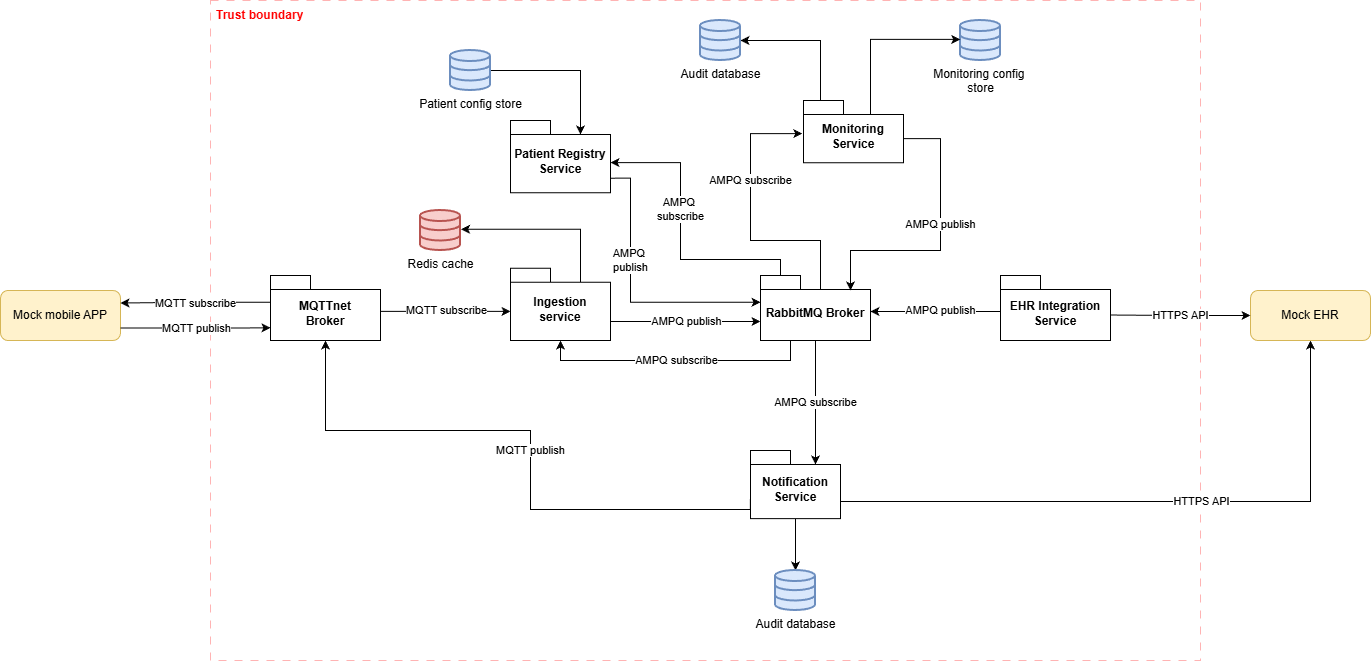
AlbertPerezB/CagHome keeps this draw.io diagram as docs/CC view.drawio.png. Above is the earlier version. Source tidied: cells renumbered, new cells last; positions are measured from the earlier drawing's top-left corner, leaving out a move shared by most shapes.
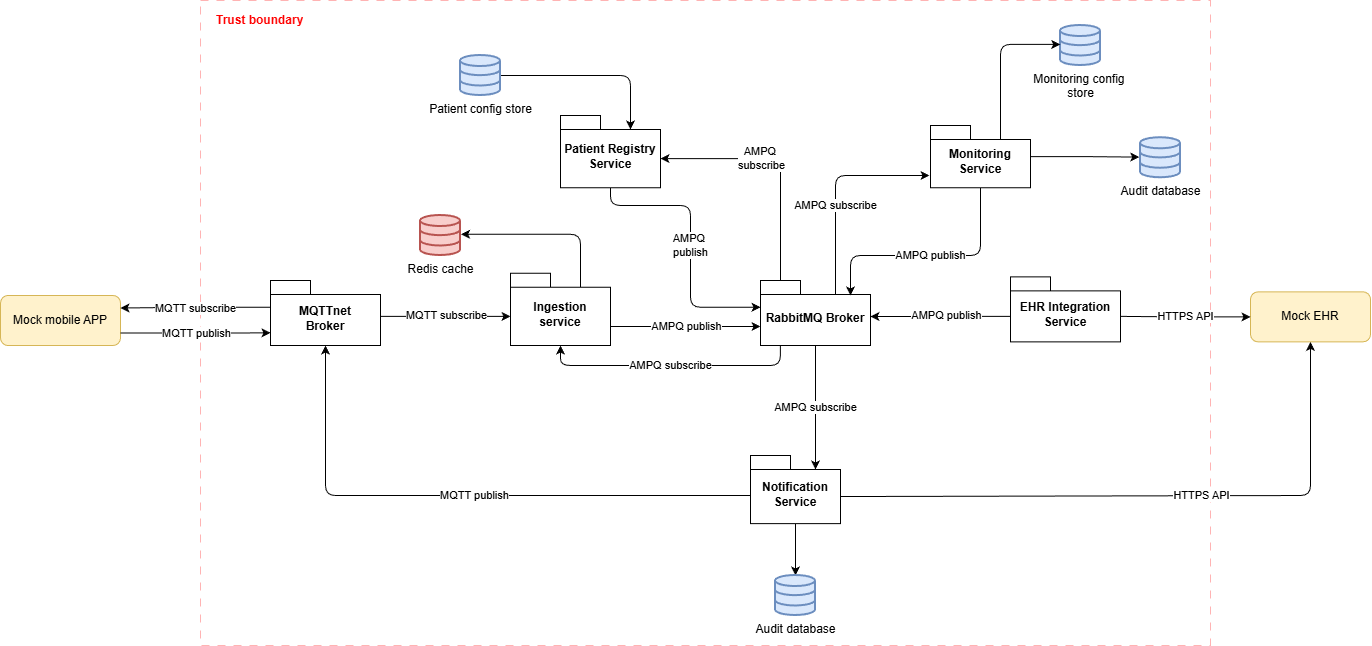
The same diagram one commit later.

Diff of the diagram source:
```diff
@@ -3,16 +3,16 @@
     <mxCell id="0" />
     <mxCell id="1" parent="0" />
     <mxCell id="2" style="rounded=0;whiteSpace=wrap;html=1;fillColor=none;strokeColor=#FF0000;shadow=0;glass=0;opacity=30;dashed=1;dashPattern=8 8;" parent="1" vertex="1">
-      <mxGeometry x="210" width="990" height="660" as="geometry" />
+      <mxGeometry x="200" y="-5" width="1010" height="645" as="geometry" />
     </mxCell>
     <mxCell id="3" value="Ingestion service" style="shape=folder;fontStyle=1;spacingTop=10;tabWidth=40;tabHeight=14;tabPosition=left;html=1;whiteSpace=wrap;" parent="1" vertex="1">
       <mxGeometry x="510" y="267.8" width="100" height="72.2" as="geometry" />
     </mxCell>
-    <mxCell id="4" value="HTTPS API" style="edgeStyle=orthogonalEdgeStyle;rounded=0;jettySize=auto;html=1;entryX=0.5;entryY=1;entryDx=0;entryDy=0;exitX=0;exitY=0;exitDx=90;exitDy=41.035;exitPerimeter=0;" parent="1" edge="1" source="6" target="16">
+    <mxCell id="4" value="HTTPS API" style="edgeStyle=orthogonalEdgeStyle;rounded=1;jettySize=auto;html=1;entryX=0.5;entryY=1;entryDx=0;entryDy=0;exitX=0;exitY=0;exitDx=90;exitDy=41.035;exitPerimeter=0;curved=0;" parent="1" edge="1" source="6" target="16">
       <mxGeometry x="0.16" relative="1" as="geometry">
         <Array as="points">
-          <mxPoint x="840" y="501" />
-          <mxPoint x="1310" y="501" />
+          <mxPoint x="840" y="490" />
+          <mxPoint x="1310" y="490" />
         </Array>
       </mxGeometry>
     </mxCell>
@@ -25,7 +25,7 @@
     <mxCell id="7" value="RabbitMQ Broker" style="shape=folder;fontStyle=1;spacingTop=10;tabWidth=40;tabHeight=14;tabPosition=left;html=1;whiteSpace=wrap;" parent="1" vertex="1">
       <mxGeometry x="760" y="275" width="110" height="65" as="geometry" />
     </mxCell>
-    <mxCell id="8" value="&lt;span style=&quot;color: rgb(0, 0, 0); font-family: Helvetica; font-size: 11px; font-style: normal; font-variant-ligatures: normal; font-variant-caps: normal; font-weight: 400; letter-spacing: normal; orphans: 2; text-align: center; text-indent: 0px; text-transform: none; widows: 2; word-spacing: 0px; -webkit-text-stroke-width: 0px; white-space: nowrap; background-color: rgb(255, 255, 255); text-decoration-thickness: initial; text-decoration-style: initial; text-decoration-color: initial; display: inline !important; float: none;&quot;&gt;AMPQ publish&lt;/span&gt;" style="edgeStyle=orthogonalEdgeStyle;rounded=0;orthogonalLoop=1;jettySize=auto;html=1;" parent="1" edge="1">
+    <mxCell id="8" value="&lt;span style=&quot;color: rgb(0, 0, 0); font-family: Helvetica; font-size: 11px; font-style: normal; font-variant-ligatures: normal; font-variant-caps: normal; font-weight: 400; letter-spacing: normal; orphans: 2; text-align: center; text-indent: 0px; text-transform: none; widows: 2; word-spacing: 0px; -webkit-text-stroke-width: 0px; white-space: nowrap; background-color: rgb(255, 255, 255); text-decoration-thickness: initial; text-decoration-style: initial; text-decoration-color: initial; display: inline !important; float: none;&quot;&gt;AMPQ publish&lt;/span&gt;" style="edgeStyle=orthogonalEdgeStyle;rounded=1;orthogonalLoop=1;jettySize=auto;html=1;curved=0;" parent="1" edge="1">
       <mxGeometry x="0.01" relative="1" as="geometry">
         <mxPoint x="610" y="321" as="sourcePoint" />
         <mxPoint x="760" y="321" as="targetPoint" />
@@ -34,39 +34,29 @@
         </Array>
       </mxGeometry>
     </mxCell>
-    <mxCell id="9" style="edgeStyle=orthogonalEdgeStyle;rounded=0;jettySize=auto;html=1;exitX=1;exitY=0.5;exitDx=0;exitDy=0;exitPerimeter=0;entryX=0;entryY=0;entryDx=70;entryDy=14;entryPerimeter=0;" parent="1" edge="1" source="10" target="24">
+    <mxCell id="9" style="edgeStyle=orthogonalEdgeStyle;rounded=1;jettySize=auto;html=1;exitX=1;exitY=0.5;exitDx=0;exitDy=0;exitPerimeter=0;entryX=0;entryY=0;entryDx=70;entryDy=14;entryPerimeter=0;curved=0;" parent="1" edge="1" source="10" target="24">
       <mxGeometry x="-0.27" y="2" relative="1" as="geometry" />
     </mxCell>
     <mxCell id="10" value="Patient config store" style="html=1;verticalLabelPosition=bottom;align=center;labelBackgroundColor=#ffffff;verticalAlign=top;strokeWidth=2;strokeColor=#6c8ebf;shadow=0;dashed=0;shape=mxgraph.ios7.icons.data;fillColor=#dae8fc;" parent="1" vertex="1">
-      <mxGeometry x="450" y="50" width="40" height="40" as="geometry" />
+      <mxGeometry x="460" y="50" width="40" height="40" as="geometry" />
     </mxCell>
-    <mxCell id="11" style="edgeStyle=orthogonalEdgeStyle;rounded=0;jettySize=auto;html=1;" parent="1" edge="1" source="12" target="36">
-      <mxGeometry relative="1" as="geometry">
-        <Array as="points">
-          <mxPoint x="820" y="40" />
-        </Array>
-      </mxGeometry>
-    </mxCell>
     <mxCell id="12" value="Monitoring Service" style="shape=folder;fontStyle=1;spacingTop=10;tabWidth=40;tabHeight=14;tabPosition=left;html=1;whiteSpace=wrap;" parent="1" vertex="1">
-      <mxGeometry x="803" y="100" width="100" height="62.2" as="geometry" />
+      <mxGeometry x="930" y="120" width="100" height="62.2" as="geometry" />
     </mxCell>
-    <mxCell id="13" value="AMPQ publish" style="edgeStyle=orthogonalEdgeStyle;rounded=0;jettySize=auto;html=1;exitX=0;exitY=0;exitDx=100;exitDy=38.125;exitPerimeter=0;" parent="1" edge="1" source="12">
-      <mxGeometry x="-0.11" relative="1" as="geometry">
+    <mxCell id="13" value="AMPQ publish" style="edgeStyle=orthogonalEdgeStyle;rounded=1;jettySize=auto;html=1;exitX=0.5;exitY=1;exitDx=0;exitDy=0;exitPerimeter=0;curved=0;" parent="1" edge="1" source="12">
+      <mxGeometry x="-0.01" relative="1" as="geometry">
         <mxPoint x="850" y="290" as="targetPoint" />
         <Array as="points">
-          <mxPoint x="940" y="138" />
-          <mxPoint x="940" y="250" />
+          <mxPoint x="980" y="250" />
           <mxPoint x="850" y="250" />
         </Array>
       </mxGeometry>
     </mxCell>
-    <mxCell id="14" value="MQTT publish" style="edgeStyle=orthogonalEdgeStyle;rounded=0;jettySize=auto;html=1;exitX=-0.001;exitY=0.713;exitDx=0;exitDy=0;exitPerimeter=0;entryX=0.5;entryY=1;entryDx=0;entryDy=0;entryPerimeter=0;" parent="1" edge="1" source="6" target="27">
+    <mxCell id="14" value="MQTT publish" style="edgeStyle=orthogonalEdgeStyle;rounded=1;jettySize=auto;html=1;entryX=0.5;entryY=1;entryDx=0;entryDy=0;entryPerimeter=0;curved=0;" parent="1" edge="1" target="27">
       <mxGeometry x="-0.04" relative="1" as="geometry">
+        <mxPoint x="750" y="490" as="sourcePoint" />
         <Array as="points">
-          <mxPoint x="750" y="509" />
-          <mxPoint x="530" y="509" />
-          <mxPoint x="530" y="430" />
-          <mxPoint x="325" y="430" />
+          <mxPoint x="325" y="490" />
         </Array>
       </mxGeometry>
     </mxCell>
@@ -74,22 +64,21 @@
       <mxGeometry y="290" width="120" height="50" as="geometry" />
     </mxCell>
     <mxCell id="16" value="Mock EHR" style="rounded=1;whiteSpace=wrap;html=1;fillColor=#fff2cc;strokeColor=#d6b656;" parent="1" vertex="1">
-      <mxGeometry x="1250" y="290" width="120" height="50" as="geometry" />
+      <mxGeometry x="1250" y="286.4" width="120" height="50" as="geometry" />
     </mxCell>
-    <mxCell id="17" value="MQTT publish" style="edgeStyle=orthogonalEdgeStyle;rounded=0;jettySize=auto;html=1;entryX=0;entryY=0;entryDx=0;entryDy=52.25;entryPerimeter=0;exitX=1;exitY=0.75;exitDx=0;exitDy=0;" parent="1" edge="1" source="15" target="27">
+    <mxCell id="17" value="MQTT publish" style="edgeStyle=orthogonalEdgeStyle;rounded=1;jettySize=auto;html=1;entryX=0;entryY=0;entryDx=0;entryDy=52.25;entryPerimeter=0;exitX=1;exitY=0.75;exitDx=0;exitDy=0;curved=0;" parent="1" edge="1" source="15" target="27">
       <mxGeometry relative="1" as="geometry">
         <Array as="points">
           <mxPoint x="235" y="328" />
         </Array>
       </mxGeometry>
     </mxCell>
-    <mxCell id="18" value="AMPQ subscribe" style="edgeStyle=orthogonalEdgeStyle;rounded=0;jettySize=auto;html=1;entryX=-0.012;entryY=0.532;entryDx=0;entryDy=0;entryPerimeter=0;" parent="1" edge="1" target="12">
-      <mxGeometry x="0.29" relative="1" as="geometry">
-        <mxPoint x="820" y="289" as="sourcePoint" />
+    <mxCell id="18" value="AMPQ subscribe" style="edgeStyle=orthogonalEdgeStyle;rounded=1;jettySize=auto;html=1;exitX=0;exitY=0;exitDx=75;exitDy=14;exitPerimeter=0;curved=0;" parent="1" edge="1" source="7">
+      <mxGeometry x="-0.17" relative="1" as="geometry">
+        <mxPoint x="930" y="170" as="targetPoint" />
         <Array as="points">
-          <mxPoint x="820" y="240" />
-          <mxPoint x="750" y="240" />
-          <mxPoint x="750" y="133" />
+          <mxPoint x="835" y="170" />
+          <mxPoint x="929" y="170" />
         </Array>
       </mxGeometry>
     </mxCell>
@@ -97,18 +86,16 @@
       <mxGeometry x="775" y="570" width="40" height="40" as="geometry" />
     </mxCell>
     <mxCell id="20" value="EHR Integration Service" style="shape=folder;fontStyle=1;spacingTop=10;tabWidth=40;tabHeight=14;tabPosition=left;html=1;whiteSpace=wrap;" parent="1" vertex="1">
-      <mxGeometry x="1000" y="275" width="110" height="65" as="geometry" />
+      <mxGeometry x="1010" y="271.4" width="110" height="65" as="geometry" />
     </mxCell>
-    <mxCell id="21" value="HTTPS API" style="edgeStyle=orthogonalEdgeStyle;rounded=0;jettySize=auto;html=1;entryX=0;entryY=0;entryDx=110;entryDy=39.5;entryPerimeter=0;exitX=0;exitY=0.5;exitDx=0;exitDy=0;startArrow=classic;startFill=1;endArrow=none;endFill=0;" parent="1" edge="1" source="16" target="20">
+    <mxCell id="21" value="HTTPS API" style="edgeStyle=orthogonalEdgeStyle;rounded=1;jettySize=auto;html=1;entryX=0;entryY=0;entryDx=110;entryDy=39.5;entryPerimeter=0;exitX=0;exitY=0.5;exitDx=0;exitDy=0;startArrow=classic;startFill=1;endArrow=none;endFill=0;curved=0;" parent="1" edge="1" source="16" target="20">
       <mxGeometry relative="1" as="geometry" />
     </mxCell>
-    <mxCell id="22" value="AMPQ publish" style="edgeStyle=orthogonalEdgeStyle;rounded=0;orthogonalLoop=1;jettySize=auto;html=1;" parent="1" edge="1">
+    <mxCell id="22" value="AMPQ publish" style="edgeStyle=orthogonalEdgeStyle;rounded=1;jettySize=auto;html=1;exitX=0;exitY=0;exitDx=0;exitDy=39.5;exitPerimeter=0;curved=0;" parent="1" edge="1" source="20">
       <mxGeometry x="-0.08" y="-1" relative="1" as="geometry">
-        <mxPoint x="1000" y="311" as="sourcePoint" />
         <mxPoint x="870" y="311" as="targetPoint" />
         <Array as="points">
-          <mxPoint x="940" y="311" />
-          <mxPoint x="940" y="311" />
+          <mxPoint x="1010" y="311" />
         </Array>
       </mxGeometry>
     </mxCell>
@@ -116,58 +103,50 @@
       <mxGeometry x="210" width="120" height="30" as="geometry" />
     </mxCell>
     <mxCell id="24" value="Patient Registry Service" style="shape=folder;fontStyle=1;spacingTop=10;tabWidth=40;tabHeight=14;tabPosition=left;html=1;whiteSpace=wrap;" parent="1" vertex="1">
-      <mxGeometry x="510" y="120" width="100" height="72.2" as="geometry" />
+      <mxGeometry x="560" y="110" width="100" height="72.2" as="geometry" />
     </mxCell>
-    <mxCell id="25" value="AMPQ&amp;nbsp;&lt;div&gt;subscribe&lt;/div&gt;" style="edgeStyle=orthogonalEdgeStyle;rounded=0;jettySize=auto;html=1;entryX=0;entryY=0;entryDx=100;entryDy=43.125;entryPerimeter=0;exitX=0;exitY=0;exitDx=20;exitDy=0;exitPerimeter=0;" parent="1" edge="1" source="7">
-      <mxGeometry x="0.17" relative="1" as="geometry">
-        <mxPoint x="610" y="162.1" as="targetPoint" />
-        <Array as="points">
-          <mxPoint x="780" y="259" />
-          <mxPoint x="680" y="259" />
-          <mxPoint x="680" y="162" />
-        </Array>
-      </mxGeometry>
+    <mxCell id="25" value="AMPQ&amp;nbsp;&lt;div&gt;subscribe&lt;/div&gt;" style="edgeStyle=orthogonalEdgeStyle;rounded=1;jettySize=auto;html=1;exitX=0;exitY=0;exitDx=20;exitDy=0;exitPerimeter=0;entryX=0;entryY=0;entryDx=100;entryDy=43.125;entryPerimeter=0;curved=0;" parent="1" edge="1" source="7" target="24">
+      <mxGeometry x="0.17" relative="1" as="geometry" />
     </mxCell>
-    <mxCell id="26" value="MQTT subscribe" style="edgeStyle=orthogonalEdgeStyle;rounded=0;jettySize=auto;html=1;entryX=1;entryY=0.25;entryDx=0;entryDy=0;exitX=0;exitY=0;exitDx=0;exitDy=26.75;exitPerimeter=0;" parent="1" edge="1" source="27" target="15">
+    <mxCell id="26" value="MQTT subscribe" style="edgeStyle=orthogonalEdgeStyle;rounded=1;jettySize=auto;html=1;entryX=1;entryY=0.25;entryDx=0;entryDy=0;exitX=0;exitY=0;exitDx=0;exitDy=26.75;exitPerimeter=0;curved=0;" parent="1" edge="1" source="27" target="15">
       <mxGeometry relative="1" as="geometry" />
     </mxCell>
     <mxCell id="27" value="MQTTnet&lt;div&gt;Broker&lt;/div&gt;" style="shape=folder;fontStyle=1;spacingTop=10;tabWidth=40;tabHeight=14;tabPosition=left;html=1;whiteSpace=wrap;" parent="1" vertex="1">
       <mxGeometry x="270" y="275" width="110" height="65" as="geometry" />
     </mxCell>
-    <mxCell id="28" value="MQTT subscribe" style="edgeStyle=orthogonalEdgeStyle;rounded=0;jettySize=auto;html=1;entryX=0;entryY=0;entryDx=0;entryDy=43.125;entryPerimeter=0;" parent="1" edge="1" source="27" target="3">
+    <mxCell id="28" value="MQTT subscribe" style="edgeStyle=orthogonalEdgeStyle;rounded=1;jettySize=auto;html=1;entryX=0;entryY=0;entryDx=0;entryDy=43.125;entryPerimeter=0;curved=0;" parent="1" edge="1" source="27" target="3">
       <mxGeometry y="1" relative="1" as="geometry">
         <Array as="points">
           <mxPoint x="455" y="310" />
         </Array>
       </mxGeometry>
     </mxCell>
-    <mxCell id="29" value="AMPQ subscribe" style="edgeStyle=orthogonalEdgeStyle;rounded=0;jettySize=auto;html=1;entryX=0;entryY=0;entryDx=65;entryDy=14;entryPerimeter=0;" parent="1" edge="1" source="7" target="6">
+    <mxCell id="29" value="AMPQ subscribe" style="edgeStyle=orthogonalEdgeStyle;rounded=1;jettySize=auto;html=1;entryX=0;entryY=0;entryDx=65;entryDy=14;entryPerimeter=0;curved=0;" parent="1" edge="1" source="7" target="6">
       <mxGeometry relative="1" as="geometry" />
     </mxCell>
     <mxCell id="30" value="Monitoring config&amp;nbsp;&lt;div&gt;store&lt;/div&gt;" style="html=1;verticalLabelPosition=bottom;align=center;labelBackgroundColor=#ffffff;verticalAlign=top;strokeWidth=2;strokeColor=#6c8ebf;shadow=0;dashed=0;shape=mxgraph.ios7.icons.data;fillColor=#dae8fc;" parent="1" vertex="1">
-      <mxGeometry x="960" y="20" width="40" height="40" as="geometry" />
+      <mxGeometry x="1060" y="20" width="40" height="40" as="geometry" />
     </mxCell>
-    <mxCell id="31" style="edgeStyle=orthogonalEdgeStyle;rounded=0;jettySize=auto;html=1;entryX=-0.005;entryY=0.473;entryDx=0;entryDy=0;entryPerimeter=0;exitX=0;exitY=0;exitDx=70;exitDy=14;exitPerimeter=0;" parent="1" edge="1" source="12" target="30">
+    <mxCell id="31" style="edgeStyle=orthogonalEdgeStyle;rounded=1;jettySize=auto;html=1;entryX=-0.005;entryY=0.473;entryDx=0;entryDy=0;entryPerimeter=0;exitX=0;exitY=0;exitDx=70;exitDy=14;exitPerimeter=0;curved=0;" parent="1" edge="1" source="12" target="30">
       <mxGeometry relative="1" as="geometry">
         <Array as="points">
-          <mxPoint x="870" y="114" />
-          <mxPoint x="870" y="39" />
+          <mxPoint x="1000" y="39" />
         </Array>
       </mxGeometry>
     </mxCell>
-    <mxCell id="32" value="AMPQ&amp;nbsp;&lt;div&gt;publish&lt;/div&gt;" style="edgeStyle=orthogonalEdgeStyle;rounded=0;jettySize=auto;html=1;entryX=0;entryY=0;entryDx=0;entryDy=26.75;entryPerimeter=0;exitX=0;exitY=0;exitDx=100;exitDy=57.6875;exitPerimeter=0;" parent="1" edge="1" source="24" target="7">
-      <mxGeometry x="-0.25" relative="1" as="geometry">
+    <mxCell id="32" value="AMPQ&amp;nbsp;&lt;div&gt;publish&lt;/div&gt;" style="edgeStyle=orthogonalEdgeStyle;rounded=1;jettySize=auto;html=1;entryX=0;entryY=0;entryDx=0;entryDy=26.75;entryPerimeter=0;exitX=0.5;exitY=1;exitDx=0;exitDy=0;exitPerimeter=0;curved=0;" parent="1" edge="1" source="24" target="7">
+      <mxGeometry x="0.02" relative="1" as="geometry">
         <Array as="points">
-          <mxPoint x="630" y="178" />
-          <mxPoint x="630" y="302" />
+          <mxPoint x="610" y="200" />
+          <mxPoint x="690" y="200" />
+          <mxPoint x="690" y="302" />
         </Array>
       </mxGeometry>
     </mxCell>
-    <mxCell id="33" value="AMPQ subscribe" style="edgeStyle=orthogonalEdgeStyle;rounded=0;jettySize=auto;html=1;entryX=0.5;entryY=1;entryDx=0;entryDy=0;entryPerimeter=0;exitX=0.25;exitY=1;exitDx=0;exitDy=0;exitPerimeter=0;" parent="1" edge="1" source="7" target="3">
+    <mxCell id="33" value="AMPQ subscribe" style="edgeStyle=orthogonalEdgeStyle;rounded=1;jettySize=auto;html=1;entryX=0.5;entryY=1;entryDx=0;entryDy=0;entryPerimeter=0;exitX=0.181;exitY=1.003;exitDx=0;exitDy=0;exitPerimeter=0;curved=0;" parent="1" edge="1" source="7" target="3">
       <mxGeometry relative="1" as="geometry">
         <Array as="points">
-          <mxPoint x="790" y="340" />
-          <mxPoint x="790" y="360" />
+          <mxPoint x="780" y="360" />
           <mxPoint x="560" y="360" />
         </Array>
       </mxGeometry>
@@ -175,7 +154,7 @@
     <mxCell id="34" value="Redis cache" style="html=1;verticalLabelPosition=bottom;align=center;labelBackgroundColor=#ffffff;verticalAlign=top;strokeWidth=2;strokeColor=#b85450;shadow=0;dashed=0;shape=mxgraph.ios7.icons.data;fillColor=#f8cecc;" parent="1" vertex="1">
       <mxGeometry x="420" y="210" width="40" height="40" as="geometry" />
     </mxCell>
-    <mxCell id="35" style="edgeStyle=orthogonalEdgeStyle;rounded=0;jettySize=auto;html=1;entryX=1.015;entryY=0.469;entryDx=0;entryDy=0;entryPerimeter=0;exitX=0;exitY=0;exitDx=70;exitDy=14;exitPerimeter=0;" parent="1" edge="1" source="3" target="34">
+    <mxCell id="35" style="edgeStyle=orthogonalEdgeStyle;rounded=1;jettySize=auto;html=1;entryX=1.015;entryY=0.469;entryDx=0;entryDy=0;entryPerimeter=0;exitX=0;exitY=0;exitDx=70;exitDy=14;exitPerimeter=0;curved=0;" parent="1" edge="1" source="3" target="34">
       <mxGeometry relative="1" as="geometry">
         <Array as="points">
           <mxPoint x="580" y="229" />
@@ -183,7 +162,10 @@
       </mxGeometry>
     </mxCell>
     <mxCell id="36" value="Audit database" style="html=1;verticalLabelPosition=bottom;align=center;labelBackgroundColor=#ffffff;verticalAlign=top;strokeWidth=2;strokeColor=#6c8ebf;shadow=0;dashed=0;shape=mxgraph.ios7.icons.data;fillColor=#dae8fc;" parent="1" vertex="1">
-      <mxGeometry x="700" y="20" width="40" height="40" as="geometry" />
+      <mxGeometry x="1140" y="132.2" width="40" height="40" as="geometry" />
     </mxCell>
+    <mxCell id="11" style="edgeStyle=orthogonalEdgeStyle;rounded=1;jettySize=auto;html=1;entryX=-0.031;entryY=0.484;entryDx=0;entryDy=0;entryPerimeter=0;curved=0;" parent="1" edge="1" source="12" target="36">
+      <mxGeometry relative="1" as="geometry" />
+    </mxCell>
   </root>
 </mxGraphModel>
```
